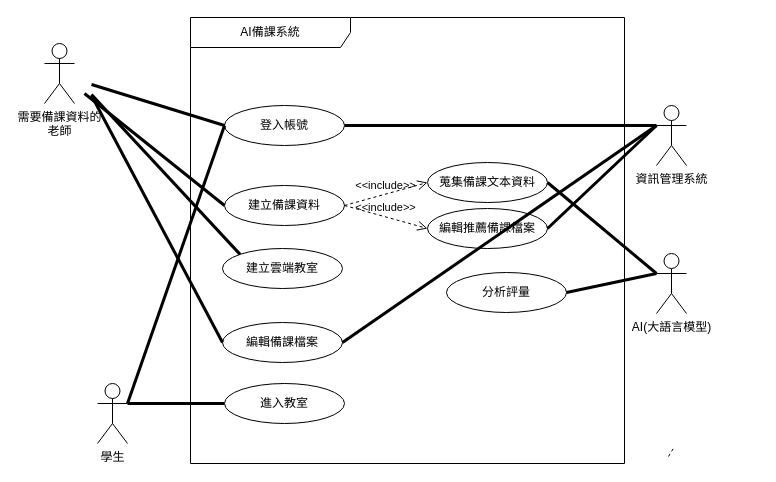
Above: 使用個案圖-簡.drawio in Kevincheng0804/System-analysis (draw.io), before the change. Source tidied: cells renumbered, new cells numbered last; positions are measured from the earlier drawing's top-left corner, leaving out a move shared by most shapes. Both pictures are drawn from the tidied source at 100%, with x=0, y=0 at pixel (44, 17).
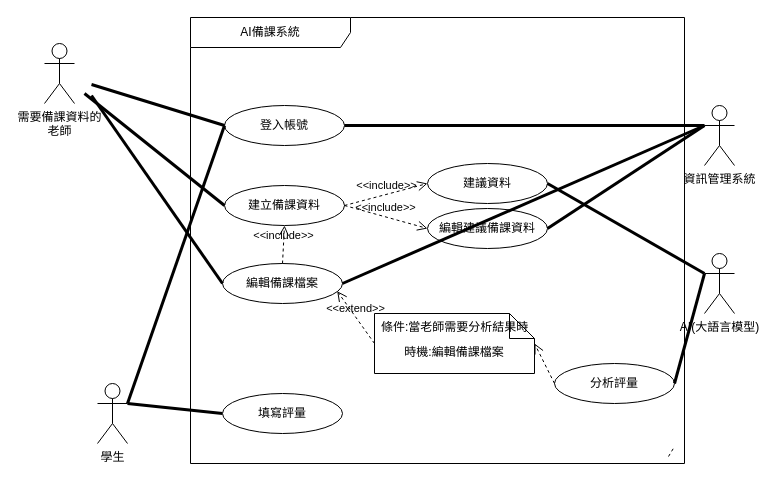
The same diagram, later.

Commit message:
更新使用個案圖-簡.drawio

The change refers to these unchanged cells:
```xml
<mxCell id="7" value="建立備課資料" style="ellipse;html=1;whiteSpace=wrap;" parent="3" vertex="1">
  <mxGeometry x="34" y="168" width="120" height="40" as="geometry" />
</mxCell>
<mxCell id="16" value="學生" style="shape=umlActor;verticalLabelPosition=bottom;verticalAlign=top;html=1;" parent="3" vertex="1">
  <mxGeometry x="-93" y="366" width="30" height="60" as="geometry" />
</mxCell>
```

The edit, as a diff of the source:
```diff
@@
     <mxCell id="3" value="AI備課系統" style="shape=umlFrame;whiteSpace=wrap;html=1;width=160;" parent="1" vertex="1">
-      <mxGeometry x="146" width="434" height="446" as="geometry" />
+      <mxGeometry x="146" width="494" height="446" as="geometry" />
     </mxCell>
@@
-    <mxCell id="5" value="&lt;div&gt;蒐集備課文本資料&lt;/div&gt;" style="ellipse;html=1;whiteSpace=wrap;" parent="3" vertex="1">
-      <mxGeometry x="237" y="145" width="120" height="40" as="geometry" />
-    </mxCell>
-    <mxCell id="6" value="建立雲端教室" style="ellipse;html=1;whiteSpace=wrap;" parent="3" vertex="1">
-      <mxGeometry x="32" y="231" width="120" height="40" as="geometry" />
-    </mxCell>
@@
-    <mxCell id="8" value="&amp;lt;&amp;lt;include&amp;gt;&amp;gt;" style="endArrow=open;startArrow=none;endFill=0;startFill=0;endSize=8;html=1;verticalAlign=bottom;dashed=1;labelBackgroundColor=none;rounded=0;exitX=1;exitY=0.5;exitDx=0;exitDy=0;entryX=0;entryY=0.5;entryDx=0;entryDy=0;" parent="3" edge="1" source="7" target="5">
+    <mxCell id="8" value="&amp;lt;&amp;lt;include&amp;gt;&amp;gt;" style="endArrow=open;startArrow=none;endFill=0;startFill=0;endSize=8;html=1;verticalAlign=bottom;dashed=1;labelBackgroundColor=none;rounded=0;exitX=1;exitY=0.5;exitDx=0;exitDy=0;entryX=0;entryY=0.5;entryDx=0;entryDy=0;" parent="3" edge="1" source="7" target="29">
       <mxGeometry relative="1" as="geometry" />
     </mxCell>
-    <mxCell id="9" value="編輯推薦備課檔案" style="ellipse;html=1;whiteSpace=wrap;" parent="3" vertex="1">
+    <mxCell id="9" value="編輯建議備課資料" style="ellipse;html=1;whiteSpace=wrap;" parent="3" vertex="1">
       <mxGeometry x="237" y="191" width="120" height="40" as="geometry" />
     </mxCell>
@@
-    <mxCell id="11" style="endArrow=none;startArrow=none;endFill=0;startFill=0;endSize=8;html=1;verticalAlign=bottom;labelBackgroundColor=none;strokeWidth=3;rounded=0;entryX=0;entryY=0;entryDx=0;entryDy=0;" parent="3" edge="1" target="6">
-      <mxGeometry relative="1" as="geometry">
-        <mxPoint x="-99" y="77" as="sourcePoint" />
-      </mxGeometry>
-    </mxCell>
@@
     <mxCell id="13" value="編輯備課檔案" style="ellipse;html=1;whiteSpace=wrap;" parent="3" vertex="1">
-      <mxGeometry x="32" y="305" width="120" height="40" as="geometry" />
+      <mxGeometry x="32" y="246" width="120" height="40" as="geometry" />
     </mxCell>
     <mxCell id="14" value="分析評量" style="ellipse;html=1;whiteSpace=wrap;" parent="3" vertex="1">
-      <mxGeometry x="256" y="255" width="120" height="40" as="geometry" />
+      <mxGeometry x="364" y="346" width="120" height="40" as="geometry" />
     </mxCell>
-    <mxCell id="15" value="進入教室" style="ellipse;html=1;whiteSpace=wrap;" parent="3" vertex="1">
-      <mxGeometry x="34" y="366" width="120" height="40" as="geometry" />
-    </mxCell>
@@
-    <mxCell id="17" style="endArrow=none;startArrow=none;endFill=0;startFill=0;endSize=8;html=1;verticalAlign=bottom;labelBackgroundColor=none;strokeWidth=3;rounded=0;exitX=1;exitY=0.3333333333333333;exitDx=0;exitDy=0;exitPerimeter=0;entryX=0;entryY=0.5;entryDx=0;entryDy=0;" parent="3" edge="1" source="16" target="15">
+    <mxCell id="17" style="endArrow=none;startArrow=none;endFill=0;startFill=0;endSize=8;html=1;verticalAlign=bottom;labelBackgroundColor=none;strokeWidth=3;rounded=0;exitX=1;exitY=0.3333333333333333;exitDx=0;exitDy=0;exitPerimeter=0;entryX=0;entryY=0.5;entryDx=0;entryDy=0;" parent="3" edge="1" source="16" target="34">
       <mxGeometry relative="1" as="geometry" />
     </mxCell>
@@
+    <mxCell id="29" value="建議資料" style="ellipse;html=1;whiteSpace=wrap;" parent="3" vertex="1">
+      <mxGeometry x="237" y="146" width="120" height="40" as="geometry" />
+    </mxCell>
+    <mxCell id="30" value="&amp;lt;&amp;lt;extend&amp;gt;&amp;gt;" style="endArrow=open;startArrow=none;endFill=0;startFill=0;endSize=8;html=1;verticalAlign=bottom;dashed=1;labelBackgroundColor=none;rounded=0;exitX=0;exitY=0.5;exitDx=0;exitDy=0;entryX=0.956;entryY=0.692;entryDx=0;entryDy=0;entryPerimeter=0;" parent="3" edge="1" source="32" target="13">
+      <mxGeometry relative="1" as="geometry" />
+    </mxCell>
+    <mxCell id="31" style="endArrow=open;startArrow=none;endFill=0;startFill=0;endSize=8;html=1;verticalAlign=bottom;dashed=1;labelBackgroundColor=none;rounded=0;exitX=0;exitY=0.5;exitDx=0;exitDy=0;entryX=1;entryY=0.5;entryDx=0;entryDy=0;" parent="3" edge="1" source="14" target="32">
+      <mxGeometry relative="1" as="geometry" />
+    </mxCell>
+    <mxCell id="32" value="時機:編輯備課檔案" style="shape=note2;boundedLbl=1;whiteSpace=wrap;html=1;size=25;verticalAlign=top;align=center;" parent="3" vertex="1">
+      <mxGeometry x="184" y="296" width="160" height="60" as="geometry" />
+    </mxCell>
+    <mxCell id="33" value="條件:當老師需要分析結果時" style="strokeColor=none;fillColor=none;align=left;spacingLeft=5;" parent="32" vertex="1">
+      <mxGeometry width="160" height="25" relative="1" as="geometry" />
+    </mxCell>
+    <mxCell id="34" value="填寫評量" style="ellipse;html=1;whiteSpace=wrap;" parent="3" vertex="1">
+      <mxGeometry x="32" y="376" width="120" height="40" as="geometry" />
+    </mxCell>
+    <mxCell id="35" value="&amp;lt;&amp;lt;include&amp;gt;&amp;gt;" style="endArrow=open;startArrow=none;endFill=0;startFill=0;endSize=8;html=1;verticalAlign=bottom;dashed=1;labelBackgroundColor=none;rounded=0;exitX=0.5;exitY=0;exitDx=0;exitDy=0;entryX=0.5;entryY=1;entryDx=0;entryDy=0;" parent="3" edge="1" source="13" target="7">
+      <mxGeometry relative="1" as="geometry" />
+    </mxCell>
@@
     <mxCell id="22" value="AI(大語言模型)" style="shape=umlActor;verticalLabelPosition=bottom;verticalAlign=top;html=1;" parent="1" vertex="1">
-      <mxGeometry x="612" y="236" width="30" height="60" as="geometry" />
+      <mxGeometry x="660" y="236" width="30" height="60" as="geometry" />
     </mxCell>
@@
     <mxCell id="24" value="資訊管理系統" style="shape=umlActor;verticalLabelPosition=bottom;verticalAlign=top;html=1;" parent="1" vertex="1">
-      <mxGeometry x="612" y="88" width="30" height="60" as="geometry" />
+      <mxGeometry x="660" y="88" width="30" height="60" as="geometry" />
     </mxCell>
@@
-    <mxCell id="28" style="endArrow=none;startArrow=none;endFill=0;startFill=0;endSize=8;html=1;verticalAlign=bottom;labelBackgroundColor=none;strokeWidth=3;rounded=0;entryX=0;entryY=0.3333333333333333;entryDx=0;entryDy=0;entryPerimeter=0;exitX=1;exitY=0.5;exitDx=0;exitDy=0;" parent="1" edge="1" source="5" target="22">
+    <mxCell id="28" style="endArrow=none;startArrow=none;endFill=0;startFill=0;endSize=8;html=1;verticalAlign=bottom;labelBackgroundColor=none;strokeWidth=3;rounded=0;entryX=0;entryY=0.3333333333333333;entryDx=0;entryDy=0;entryPerimeter=0;exitX=1;exitY=0.5;exitDx=0;exitDy=0;" parent="1" edge="1" source="29" target="22">
       <mxGeometry relative="1" as="geometry" />
     </mxCell>
```
